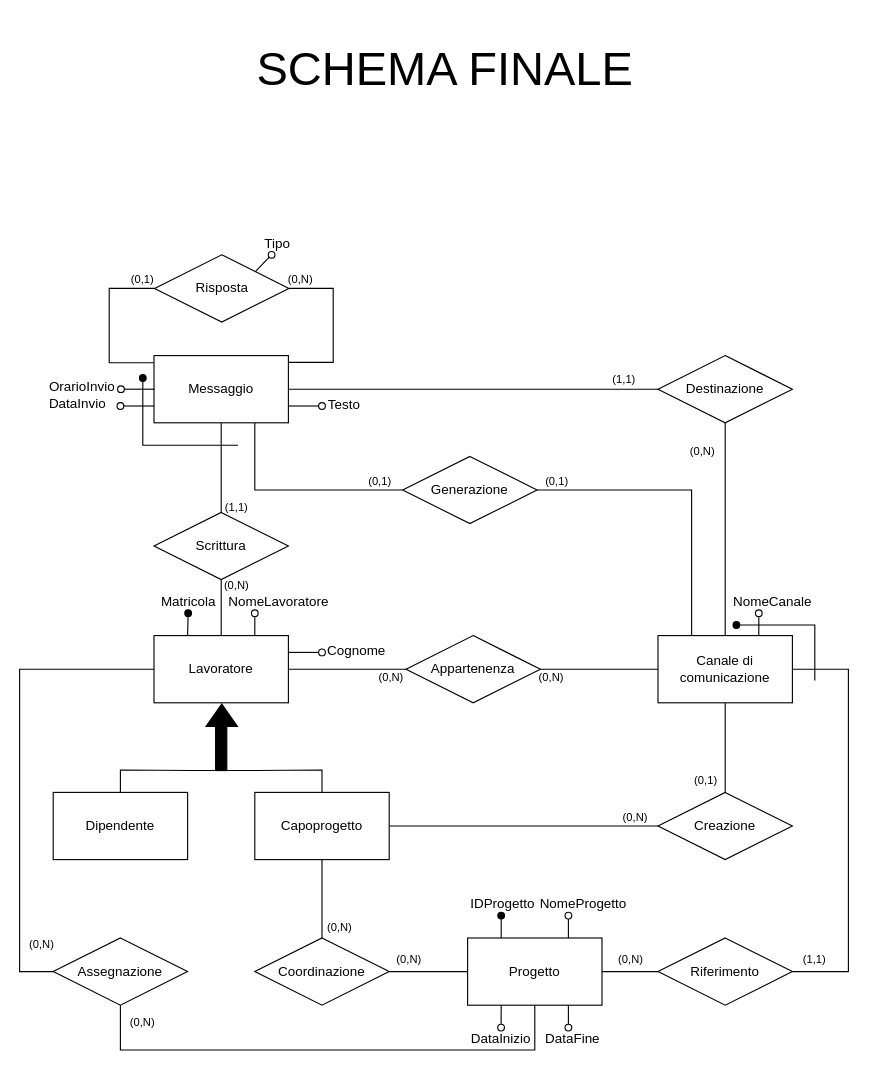
Before: page "schema-finale" (4 of 8) of Relazione/Schema ER/scheletro.drawio in martafra/BD-Chat-Multicanale, a draw.io diagram. Source tidied: cells renumbered, new cells numbered last; positions are measured from the earlier drawing's top-left corner, leaving out a move shared by most shapes. Both pictures are drawn from the tidied source at 112%, with x=0, y=0 at pixel (19, 19).
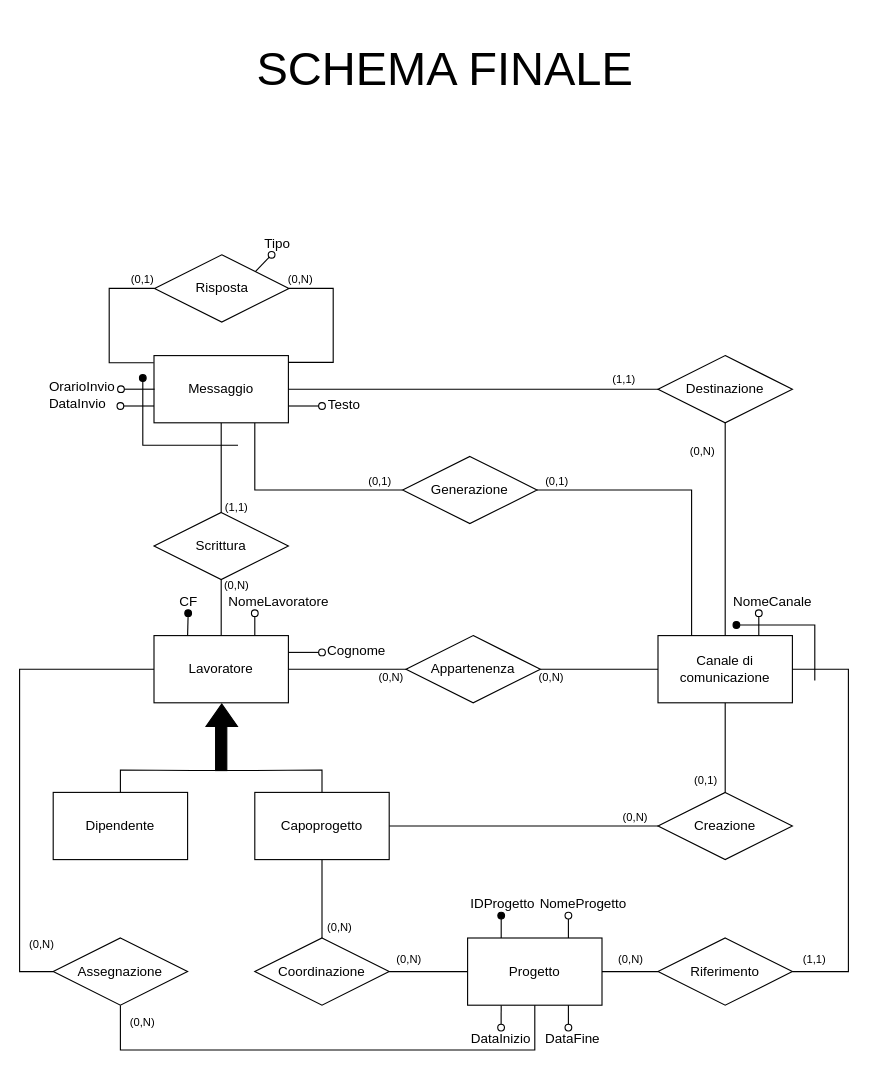
After the change.

Diff of the diagram source:
```diff
@@
-    <mxCell id="46" value="Matricola" style="text;html=1;strokeColor=none;fillColor=none;align=center;verticalAlign=middle;whiteSpace=wrap;rounded=0;" parent="1" vertex="1">
+    <mxCell id="46" value="CF" style="text;html=1;strokeColor=none;fillColor=none;align=center;verticalAlign=middle;whiteSpace=wrap;rounded=0;" parent="1" vertex="1">
       <mxGeometry x="130.5" y="510" width="40" height="20" as="geometry" />
     </mxCell>
```
